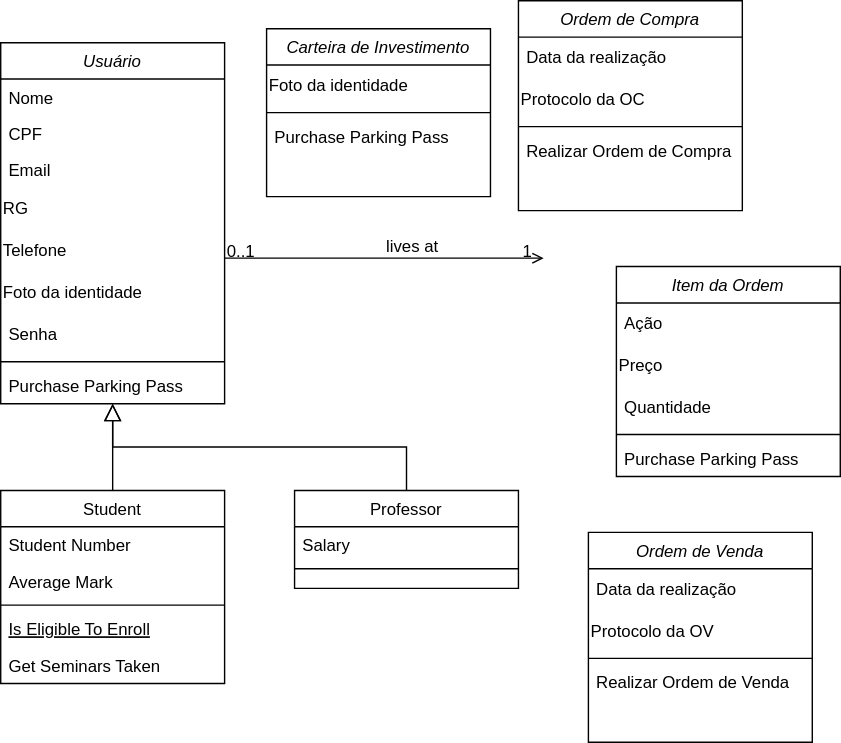
Above: Diagrama de classe.drawio.svg in JesCat16/Projeto01_Modelagem_De_Software (draw.io), before the change. Source tidied: cells renumbered, new cells last; positions are measured from the earlier drawing's top-left corner, leaving out a move shared by most shapes.
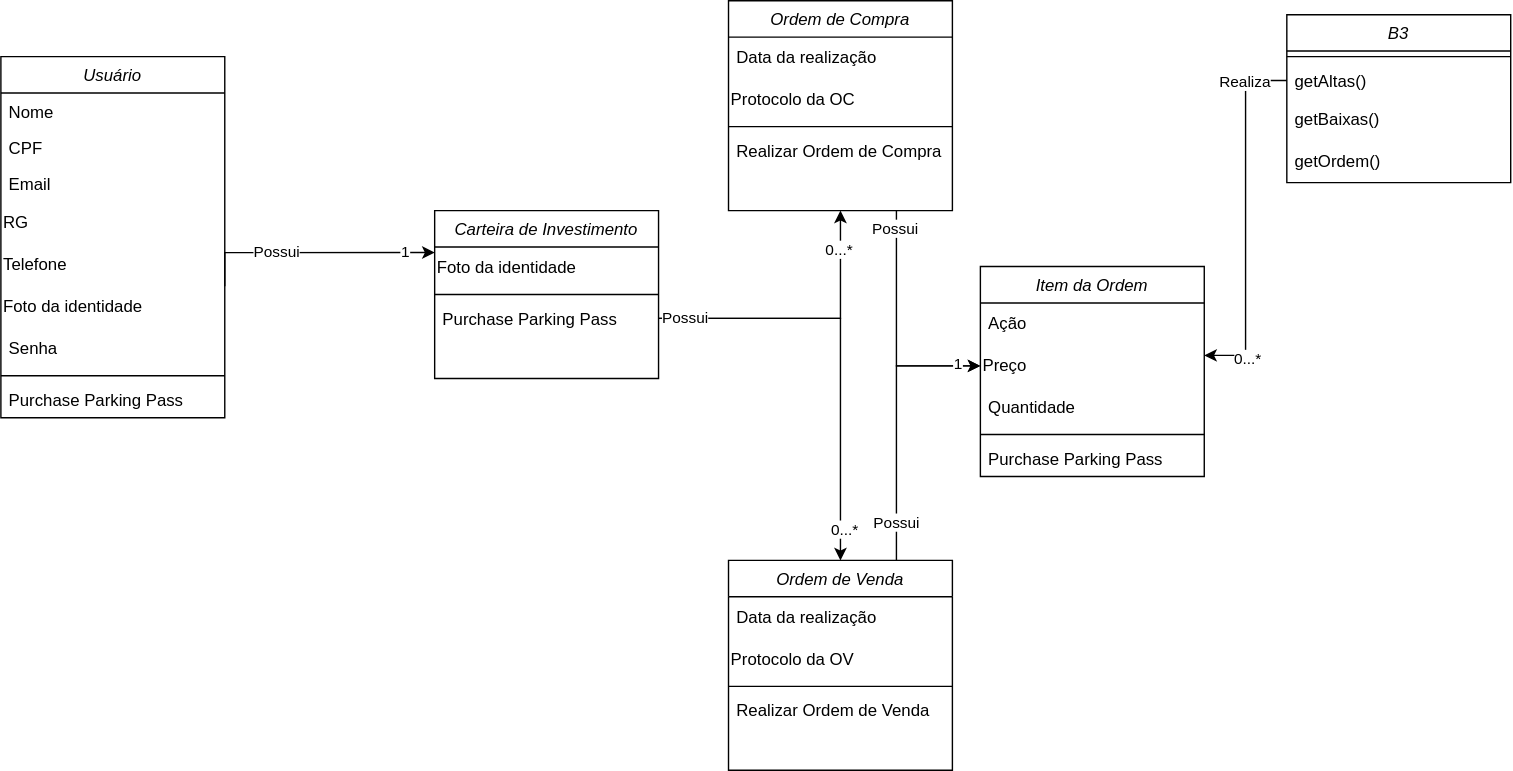
The same file after the commit.

What changed in the source:
```diff
@@ -3,7 +3,7 @@
     <mxCell id="0" />
     <mxCell id="1" parent="0" />
     <mxCell id="2" value="Usuário" style="swimlane;fontStyle=2;align=center;verticalAlign=top;horizontal=1;startSize=26;rounded=0;shadow=0;strokeWidth=1;" parent="1" vertex="1">
-      <mxGeometry y="30" width="160" height="258" as="geometry" />
+      <mxGeometry x="-30" y="40" width="160" height="258" as="geometry" />
     </mxCell>
     <mxCell id="3" value="Nome" style="text;align=left;verticalAlign=top;spacingLeft=4;spacingRight=4;overflow=hidden;" parent="2" vertex="1">
       <mxGeometry y="26" width="160" height="26" as="geometry" />
@@ -32,62 +32,8 @@
     <mxCell id="11" value="Purchase Parking Pass" style="text;align=left;verticalAlign=top;spacingLeft=4;spacingRight=4;overflow=hidden;" parent="2" vertex="1">
       <mxGeometry y="232" width="160" height="26" as="geometry" />
     </mxCell>
-    <mxCell id="12" value="Student" style="swimlane;fontStyle=0;align=center;verticalAlign=top;horizontal=1;startSize=26;rounded=0;shadow=0;strokeWidth=1;" parent="1" vertex="1">
-      <mxGeometry y="350" width="160" height="138" as="geometry" />
-    </mxCell>
-    <mxCell id="13" value="Student Number" style="text;align=left;verticalAlign=top;spacingLeft=4;spacingRight=4;overflow=hidden;" parent="12" vertex="1">
-      <mxGeometry y="26" width="160" height="26" as="geometry" />
-    </mxCell>
-    <mxCell id="14" value="Average Mark" style="text;align=left;verticalAlign=top;spacingLeft=4;spacingRight=4;overflow=hidden;rounded=0;shadow=0;html=0;" parent="12" vertex="1">
-      <mxGeometry y="52" width="160" height="26" as="geometry" />
-    </mxCell>
-    <mxCell id="15" style="line;html=1;strokeWidth=1;align=left;verticalAlign=middle;spacingTop=-1;spacingLeft=3;spacingRight=3;labelPosition=right;" parent="12" vertex="1">
-      <mxGeometry y="78" width="160" height="8" as="geometry" />
-    </mxCell>
-    <mxCell id="16" value="Is Eligible To Enroll" style="text;align=left;verticalAlign=top;spacingLeft=4;spacingRight=4;overflow=hidden;fontStyle=4;" parent="12" vertex="1">
-      <mxGeometry y="86" width="160" height="26" as="geometry" />
-    </mxCell>
-    <mxCell id="17" value="Get Seminars Taken" style="text;align=left;verticalAlign=top;spacingLeft=4;spacingRight=4;overflow=hidden;" parent="12" vertex="1">
-      <mxGeometry y="112" width="160" height="26" as="geometry" />
-    </mxCell>
-    <mxCell id="18" style="endArrow=block;endSize=10;endFill=0;shadow=0;strokeWidth=1;rounded=0;curved=0;edgeStyle=elbowEdgeStyle;elbow=vertical;" parent="1" edge="1" source="12" target="2">
-      <mxGeometry relative="1" as="geometry" />
-    </mxCell>
-    <mxCell id="19" value="Professor" style="swimlane;fontStyle=0;align=center;verticalAlign=top;horizontal=1;startSize=26;rounded=0;shadow=0;strokeWidth=1;" parent="1" vertex="1">
-      <mxGeometry x="210" y="350" width="160" height="70" as="geometry" />
-    </mxCell>
-    <mxCell id="20" value="Salary" style="text;align=left;verticalAlign=top;spacingLeft=4;spacingRight=4;overflow=hidden;" parent="19" vertex="1">
-      <mxGeometry y="26" width="160" height="26" as="geometry" />
-    </mxCell>
-    <mxCell id="21" style="line;html=1;strokeWidth=1;align=left;verticalAlign=middle;spacingTop=-1;spacingLeft=3;spacingRight=3;labelPosition=right;" parent="19" vertex="1">
-      <mxGeometry y="52" width="160" height="8" as="geometry" />
-    </mxCell>
-    <mxCell id="22" style="endArrow=block;endSize=10;endFill=0;shadow=0;strokeWidth=1;rounded=0;curved=0;edgeStyle=elbowEdgeStyle;elbow=vertical;" parent="1" edge="1" source="19" target="2">
-      <mxGeometry relative="1" as="geometry" />
-    </mxCell>
-    <mxCell id="23" style="endArrow=open;shadow=0;strokeWidth=1;rounded=0;curved=0;endFill=1;edgeStyle=elbowEdgeStyle;elbow=vertical;" parent="1" edge="1" source="2">
-      <mxGeometry x="0.5" y="41" relative="1" as="geometry">
-        <mxPoint x="388" y="184" as="targetPoint" />
-        <mxPoint x="-40" y="32" as="offset" />
-      </mxGeometry>
-    </mxCell>
-    <mxCell id="24" value="0..1" style="align=left;verticalAlign=bottom;labelBackgroundColor=none;fontSize=12;" parent="23" vertex="1">
-      <mxGeometry x="-1" relative="1" as="geometry">
-        <mxPoint y="4" as="offset" />
-      </mxGeometry>
-    </mxCell>
-    <mxCell id="25" value="1" style="align=right;verticalAlign=bottom;labelBackgroundColor=none;fontSize=12;" parent="23" vertex="1">
-      <mxGeometry x="1" relative="1" as="geometry">
-        <mxPoint x="-7" y="4" as="offset" />
-      </mxGeometry>
-    </mxCell>
-    <mxCell id="26" value="lives at" style="text;html=1;align=center;verticalAlign=middle;labelBackgroundColor=none;rounded=0;shadow=0;strokeWidth=1;fontSize=12;" parent="23" vertex="1">
-      <mxGeometry x="0.5" y="49" relative="1" as="geometry">
-        <mxPoint x="-38" y="40" as="offset" />
-      </mxGeometry>
-    </mxCell>
     <mxCell id="27" value="Carteira de Investimento" style="swimlane;fontStyle=2;align=center;verticalAlign=top;horizontal=1;startSize=26;rounded=0;shadow=0;strokeWidth=1;" parent="1" vertex="1">
-      <mxGeometry x="190" y="20" width="160" height="120" as="geometry" />
+      <mxGeometry x="280" y="150" width="160" height="120" as="geometry" />
     </mxCell>
     <mxCell id="28" value="Foto da identidade" style="text;html=1;align=left;verticalAlign=middle;whiteSpace=wrap;rounded=0;" parent="27" vertex="1">
       <mxGeometry y="26" width="160" height="30" as="geometry" />
@@ -98,8 +44,14 @@
     <mxCell id="30" value="Purchase Parking Pass" style="text;align=left;verticalAlign=top;spacingLeft=4;spacingRight=4;overflow=hidden;points=[[0,0.5],[1,0.5]];portConstraint=eastwest;" parent="27" vertex="1">
       <mxGeometry y="64" width="160" height="26" as="geometry" />
     </mxCell>
+    <mxCell id="47" style="edgeStyle=orthogonalEdgeStyle;rounded=0;jettySize=auto;html=1;exitX=0.75;exitY=1;exitDx=0;exitDy=0;entryX=0;entryY=0.5;entryDx=0;entryDy=0;" parent="1" edge="1" source="31" target="38">
+      <mxGeometry relative="1" as="geometry" />
+    </mxCell>
+    <mxCell id="48" value="Possui" style="edgeLabel;html=1;align=center;verticalAlign=middle;" parent="47" vertex="1">
+      <mxGeometry x="-0.86" y="-1" relative="1" as="geometry" />
+    </mxCell>
     <mxCell id="31" value="Ordem de Compra" style="swimlane;fontStyle=2;align=center;verticalAlign=top;horizontal=1;startSize=26;rounded=0;shadow=0;strokeWidth=1;" parent="1" vertex="1">
-      <mxGeometry x="370" width="160" height="150" as="geometry" />
+      <mxGeometry x="490" width="160" height="150" as="geometry" />
     </mxCell>
     <mxCell id="32" value="Data da realização" style="text;strokeColor=none;fillColor=none;align=left;verticalAlign=middle;spacingLeft=4;spacingRight=4;overflow=hidden;whiteSpace=wrap;html=1;" parent="31" vertex="1">
       <mxGeometry y="26" width="160" height="30" as="geometry" />
@@ -114,7 +66,7 @@
       <mxGeometry y="94" width="160" height="26" as="geometry" />
     </mxCell>
     <mxCell id="36" value="Item da Ordem" style="swimlane;fontStyle=2;align=center;verticalAlign=top;horizontal=1;startSize=26;rounded=0;shadow=0;strokeWidth=1;" parent="1" vertex="1">
-      <mxGeometry x="440" y="190" width="160" height="150" as="geometry" />
+      <mxGeometry x="670" y="190" width="160" height="150" as="geometry" />
     </mxCell>
     <mxCell id="37" value="Ação" style="text;strokeColor=none;fillColor=none;align=left;verticalAlign=middle;spacingLeft=4;spacingRight=4;overflow=hidden;whiteSpace=wrap;html=1;" parent="36" vertex="1">
       <mxGeometry y="26" width="160" height="30" as="geometry" />
@@ -131,8 +83,17 @@
     <mxCell id="41" value="Purchase Parking Pass" style="text;align=left;verticalAlign=top;spacingLeft=4;spacingRight=4;overflow=hidden;" parent="36" vertex="1">
       <mxGeometry y="124" width="160" height="26" as="geometry" />
     </mxCell>
+    <mxCell id="49" style="edgeStyle=orthogonalEdgeStyle;rounded=0;jettySize=auto;html=1;exitX=0.75;exitY=0;exitDx=0;exitDy=0;entryX=0;entryY=0.5;entryDx=0;entryDy=0;" parent="1" edge="1" source="42" target="38">
+      <mxGeometry relative="1" as="geometry" />
+    </mxCell>
+    <mxCell id="50" value="1" style="edgeLabel;html=1;align=center;verticalAlign=middle;" parent="49" vertex="1">
+      <mxGeometry x="0.84" y="1" relative="1" as="geometry" />
+    </mxCell>
+    <mxCell id="51" value="Possui" style="edgeLabel;html=1;align=center;verticalAlign=middle;" parent="49" vertex="1">
+      <mxGeometry x="-0.72" relative="1" as="geometry" />
+    </mxCell>
     <mxCell id="42" value="Ordem de Venda" style="swimlane;fontStyle=2;align=center;verticalAlign=top;horizontal=1;startSize=26;rounded=0;shadow=0;strokeWidth=1;" parent="1" vertex="1">
-      <mxGeometry x="420" y="380" width="160" height="150" as="geometry" />
+      <mxGeometry x="490" y="400" width="160" height="150" as="geometry" />
     </mxCell>
     <mxCell id="43" value="Data da realização" style="text;strokeColor=none;fillColor=none;align=left;verticalAlign=middle;spacingLeft=4;spacingRight=4;overflow=hidden;whiteSpace=wrap;html=1;" parent="42" vertex="1">
       <mxGeometry y="26" width="160" height="30" as="geometry" />
@@ -146,5 +107,55 @@
     <mxCell id="46" value="Realizar Ordem de Venda" style="text;align=left;verticalAlign=top;spacingLeft=4;spacingRight=4;overflow=hidden;" parent="42" vertex="1">
       <mxGeometry y="94" width="160" height="26" as="geometry" />
     </mxCell>
+    <mxCell id="52" value="B3" style="swimlane;fontStyle=2;align=center;verticalAlign=top;horizontal=1;startSize=26;rounded=0;shadow=0;strokeWidth=1;" parent="1" vertex="1">
+      <mxGeometry x="889" y="10" width="160" height="120" as="geometry" />
+    </mxCell>
+    <mxCell id="53" style="line;html=1;strokeWidth=1;align=left;verticalAlign=middle;spacingTop=-1;spacingLeft=3;spacingRight=3;labelPosition=right;" parent="52" vertex="1">
+      <mxGeometry y="26" width="160" height="8" as="geometry" />
+    </mxCell>
+    <mxCell id="54" value="getAltas()" style="text;align=left;verticalAlign=top;spacingLeft=4;spacingRight=4;overflow=hidden;points=[[0,0.5],[1,0.5]];portConstraint=eastwest;" parent="52" vertex="1">
+      <mxGeometry y="34" width="160" height="26" as="geometry" />
+    </mxCell>
+    <mxCell id="55" value="getBaixas()" style="text;strokeColor=none;fillColor=none;align=left;verticalAlign=middle;spacingLeft=4;spacingRight=4;overflow=hidden;whiteSpace=wrap;html=1;" parent="52" vertex="1">
+      <mxGeometry y="60" width="160" height="30" as="geometry" />
+    </mxCell>
+    <mxCell id="56" value="getOrdem()" style="text;strokeColor=none;fillColor=none;align=left;verticalAlign=middle;spacingLeft=4;spacingRight=4;overflow=hidden;whiteSpace=wrap;html=1;" parent="52" vertex="1">
+      <mxGeometry y="90" width="160" height="30" as="geometry" />
+    </mxCell>
+    <mxCell id="57" style="edgeStyle=orthogonalEdgeStyle;rounded=0;jettySize=auto;html=1;exitX=1;exitY=0;exitDx=0;exitDy=0;entryX=0;entryY=0.25;entryDx=0;entryDy=0;" parent="1" edge="1" source="8" target="27">
+      <mxGeometry relative="1" as="geometry" />
+    </mxCell>
+    <mxCell id="58" value="Possui" style="edgeLabel;html=1;align=center;verticalAlign=middle;" parent="57" vertex="1">
+      <mxGeometry x="-0.31" y="1" relative="1" as="geometry" />
+    </mxCell>
+    <mxCell id="59" value="1" style="edgeLabel;html=1;align=center;verticalAlign=middle;" parent="57" vertex="1">
+      <mxGeometry x="0.75" relative="1" as="geometry" />
+    </mxCell>
+    <mxCell id="60" style="edgeStyle=orthogonalEdgeStyle;rounded=0;jettySize=auto;html=1;exitX=1;exitY=0.5;exitDx=0;exitDy=0;entryX=0.5;entryY=0;entryDx=0;entryDy=0;" parent="1" edge="1" source="30" target="42">
+      <mxGeometry relative="1" as="geometry" />
+    </mxCell>
+    <mxCell id="61" value="0...*" style="edgeLabel;html=1;align=center;verticalAlign=middle;" parent="60" vertex="1">
+      <mxGeometry x="0.85" y="3" relative="1" as="geometry" />
+    </mxCell>
+    <mxCell id="62" style="edgeStyle=orthogonalEdgeStyle;rounded=0;jettySize=auto;html=1;exitX=1;exitY=0.5;exitDx=0;exitDy=0;entryX=0.5;entryY=1;entryDx=0;entryDy=0;" parent="1" edge="1" source="30" target="31">
+      <mxGeometry relative="1" as="geometry" />
+    </mxCell>
+    <mxCell id="63" value="Possui" style="edgeLabel;html=1;align=center;verticalAlign=middle;" parent="62" vertex="1">
+      <mxGeometry x="-0.83" relative="1" as="geometry" />
+    </mxCell>
+    <mxCell id="64" value="0...*" style="edgeLabel;html=1;align=center;verticalAlign=middle;" parent="62" vertex="1">
+      <mxGeometry x="0.73" y="1" relative="1" as="geometry" />
+    </mxCell>
+    <mxCell id="65" style="edgeStyle=orthogonalEdgeStyle;rounded=0;jettySize=auto;html=1;exitX=0;exitY=0.5;exitDx=0;exitDy=0;entryX=1;entryY=0.25;entryDx=0;entryDy=0;" parent="1" edge="1" source="54" target="38">
+      <mxGeometry relative="1" as="geometry" />
+    </mxCell>
+    <mxCell id="66" value="Realiza" style="edgeLabel;html=1;align=center;verticalAlign=middle;" parent="65" vertex="1">
+      <mxGeometry x="-0.76" y="-1" relative="1" as="geometry" />
+    </mxCell>
+    <mxCell id="67" value="0...*" style="edgeLabel;html=1;align=center;verticalAlign=middle;" parent="65" vertex="1">
+      <mxGeometry x="0.82" y="2" relative="1" as="geometry">
+        <mxPoint x="7" as="offset" />
+      </mxGeometry>
+    </mxCell>
   </root>
 </mxGraphModel>
```
